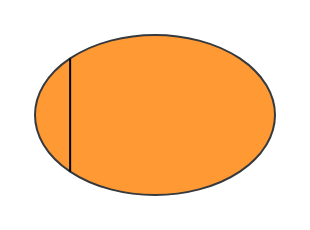
DMfananddu/ERP keeps this draw.io diagram as ERP l1.drawio. Above is the earlier version. Source tidied: cells renumbered, new cells numbered last; positions are measured from the earlier drawing's top-left corner, leaving out a move shared by most shapes. Both pictures are drawn from the tidied source at 200%, with x=0, y=0 at pixel (34, 34).
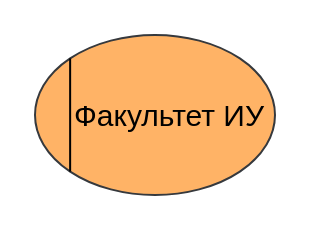
Above is the later version.

Change to the diagram source:
```diff
@@
 <mxGraphModel>
   <root>
     <mxCell id="0" />
     <mxCell id="1" parent="0" />
     <mxCell id="2" style="group;rounded=0;fillColor=none;spacingLeft=0;strokeWidth=1;fontSize=15;" parent="1" vertex="1">
       <mxGeometry width="120" height="80" as="geometry" />
     </mxCell>
-    <mxCell id="3" style="ellipse;whiteSpace=wrap;html=1;rounded=0;strokeColor=#36393d;spacingLeft=15;fillColor=#FF9933;" parent="2" vertex="1">
+    <mxCell id="3" value="Факультет ИУ" style="ellipse;whiteSpace=wrap;html=1;rounded=0;strokeColor=#36393d;spacingLeft=15;fillColor=#FFB366;fontSize=15;" parent="2" vertex="1">
       <mxGeometry width="120" height="80" as="geometry" />
     </mxCell>
     <mxCell id="4" style="endArrow=none;html=1;entryX=0;entryY=0;entryDx=0;entryDy=0;exitX=0;exitY=1;exitDx=0;exitDy=0;" parent="2" edge="1" source="3" target="3">
       <mxGeometry relative="1" as="geometry" />
     </mxCell>
   </root>
 </mxGraphModel>
```
